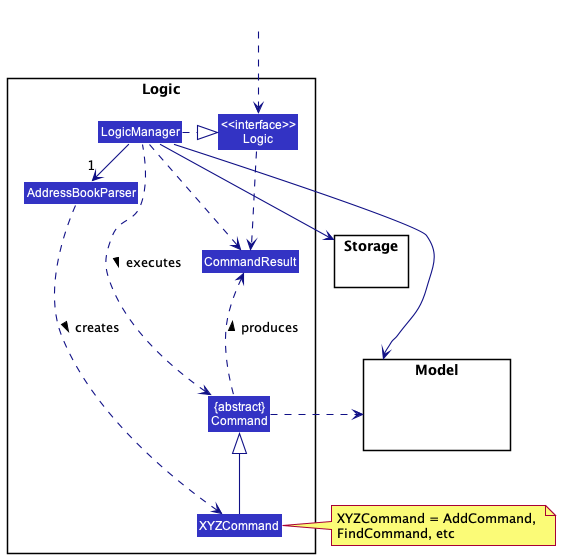
This is docs/images/LogicClassDiagram.png from nus-cs2103-AY2223S2/tp, a PlantUML export, as it was before one commit.
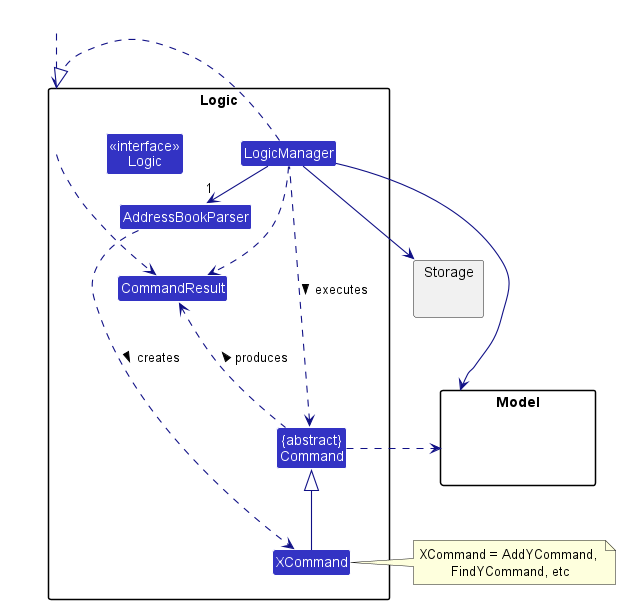
After the change.

What changed in the source:
```diff
@@ -7,7 +7,7 @@
 package Logic {
 
 Class AddressBookParser
-Class XYZCommand
+Class XCommand
 Class CommandResult
 Class "{abstract}\nCommand" as Command
 
@@ -28,9 +28,9 @@
 
 LogicManager .right.|> Logic
 LogicManager -right->"1" AddressBookParser
-AddressBookParser ..> XYZCommand : creates >
+AddressBookParser ..> XCommand : creates >
 
-XYZCommand -up-|> Command
+XCommand -up-|> Command
 LogicManager .left.> Command : executes >
 
 LogicManager --> Model
@@ -38,7 +38,7 @@
 Storage --[hidden] Model
 Command .[hidden]up.> Storage
 Command .right.> Model
-note right of XYZCommand: XYZCommand = AddCommand, \nFindCommand, etc
+note right of XCommand: XCommand = AddYCommand, \nFindYCommand, etc
 
 Logic ..> CommandResult
 LogicManager .down.> CommandResult
```
